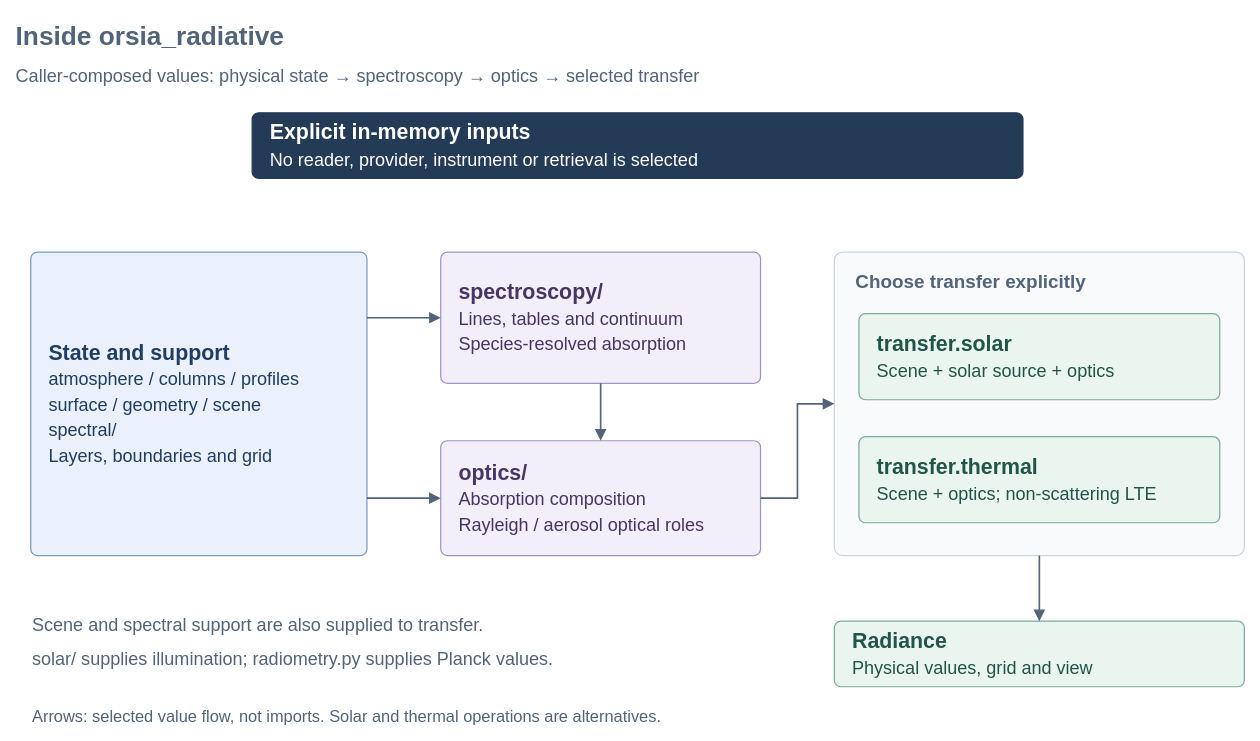
Before: libs/orsia-radiative/docs/diagrams/architecture.drawio in scklab-dev/orsia, a draw.io diagram. Source tidied: cells renumbered, new cells numbered last; positions are measured from the earlier drawing's top-left corner, leaving out a move shared by most shapes. Both pictures are drawn from the tidied source at 82%, with x=0, y=0 at pixel (14, 14).
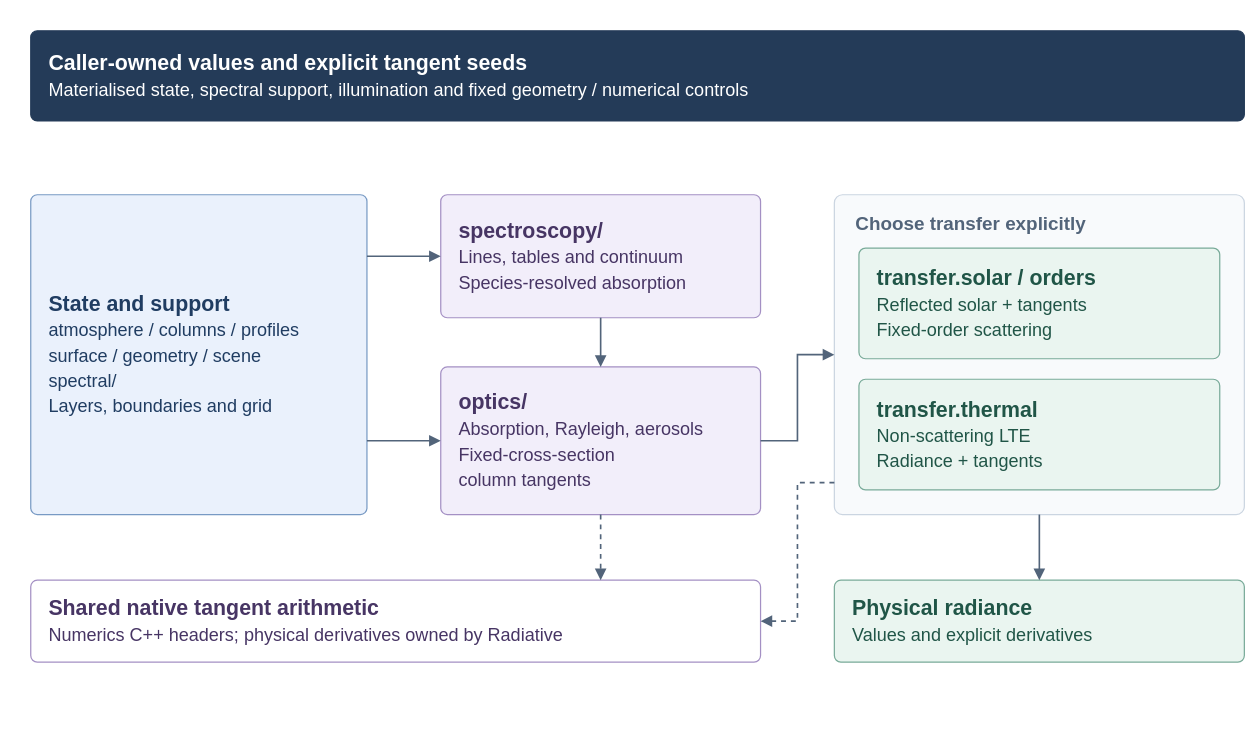
Above is the later version.

The edit, as a diff of the source:
```diff
@@
-    <mxCell id="2" value="Inside orsia_radiative" style="text;html=0;align=left;verticalAlign=middle;fontFamily=Helvetica;fontSize=32;fontStyle=1;fontColor=#52647A;fillColor=none;strokeColor=none;" parent="1" vertex="1">
-      <mxGeometry width="1500" height="45" as="geometry" />
-    </mxCell>
-    <mxCell id="3" value="Caller-composed values: physical state → spectroscopy → optics → selected transfer" style="text;html=0;align=left;verticalAlign=middle;fontFamily=Helvetica;fontSize=22;fontStyle=0;fontColor=#52647A;fillColor=none;strokeColor=none;" parent="1" vertex="1">
-      <mxGeometry y="55" width="1500" height="35" as="geometry" />
-    </mxCell>
-    <mxCell id="4" value="&lt;b&gt;Explicit in-memory inputs&lt;/b&gt;&lt;br&gt;&lt;span style=&quot;font-size:22px&quot;&gt;No reader, provider, instrument or retrieval is selected&lt;/span&gt;" style="rounded=1;absoluteArcSize=1;arcSize=16;whiteSpace=wrap;html=1;align=left;verticalAlign=middle;spacing=22;fontFamily=Helvetica;fontSize=26;fontColor=#FFFFFF;fillColor=#243B58;strokeColor=#243B58;strokeWidth=1.5;" parent="1" vertex="1">
-      <mxGeometry x="290" y="120" width="940" height="80" as="geometry" />
+    <mxCell id="4" value="&lt;b&gt;Caller-owned values and explicit tangent seeds&lt;/b&gt;&lt;br&gt;&lt;span style=&quot;font-size:22px&quot;&gt;Materialised state, spectral support, illumination and fixed geometry / numerical controls&lt;/span&gt;" style="rounded=1;absoluteArcSize=1;arcSize=16;whiteSpace=wrap;html=1;align=left;verticalAlign=middle;spacing=22;fontFamily=Helvetica;fontSize=26;fontColor=#FFFFFF;fillColor=#243B58;strokeColor=#243B58;strokeWidth=1.5;" parent="1" vertex="1">
+      <mxGeometry x="20" y="20" width="1480" height="110" as="geometry" />
     </mxCell>
     <mxCell id="5" value="&lt;b&gt;State and support&lt;/b&gt;&lt;br&gt;&lt;span style=&quot;font-size:22px&quot;&gt;atmosphere / columns / profiles&lt;br&gt;surface / geometry / scene&lt;br&gt;spectral/&lt;br&gt;Layers, boundaries and grid&lt;/span&gt;" style="rounded=1;absoluteArcSize=1;arcSize=16;whiteSpace=wrap;html=1;align=left;verticalAlign=middle;spacing=22;fontFamily=Helvetica;fontSize=26;fontColor=#203D62;fillColor=#EAF1FC;strokeColor=#789AC4;strokeWidth=1.5;" parent="1" vertex="1">
-      <mxGeometry x="20" y="290" width="410" height="370" as="geometry" />
+      <mxGeometry x="20" y="220" width="410" height="390" as="geometry" />
     </mxCell>
     <mxCell id="6" value="&lt;b&gt;spectroscopy/&lt;/b&gt;&lt;br&gt;&lt;span style=&quot;font-size:22px&quot;&gt;Lines, tables and continuum&lt;br&gt;Species-resolved absorption&lt;/span&gt;" style="rounded=1;absoluteArcSize=1;arcSize=16;whiteSpace=wrap;html=1;align=left;verticalAlign=middle;spacing=22;fontFamily=Helvetica;fontSize=26;fontColor=#473564;fillColor=#F2EEFA;strokeColor=#A490C4;strokeWidth=1.5;" parent="1" vertex="1">
-      <mxGeometry x="520" y="290" width="390" height="160" as="geometry" />
+      <mxGeometry x="520" y="220" width="390" height="150" as="geometry" />
     </mxCell>
-    <mxCell id="7" value="&lt;b&gt;optics/&lt;/b&gt;&lt;br&gt;&lt;span style=&quot;font-size:22px&quot;&gt;Absorption composition&lt;br&gt;Rayleigh / aerosol optical roles&lt;/span&gt;" style="rounded=1;absoluteArcSize=1;arcSize=16;whiteSpace=wrap;html=1;align=left;verticalAlign=middle;spacing=22;fontFamily=Helvetica;fontSize=26;fontColor=#473564;fillColor=#F2EEFA;strokeColor=#A490C4;strokeWidth=1.5;" parent="1" vertex="1">
-      <mxGeometry x="520" y="520" width="390" height="140" as="geometry" />
+    <mxCell id="7" value="&lt;b&gt;optics/&lt;/b&gt;&lt;br&gt;&lt;span style=&quot;font-size:22px&quot;&gt;Absorption, Rayleigh, aerosols&lt;br&gt;Fixed-cross-section&lt;br&gt;column tangents&lt;/span&gt;" style="rounded=1;absoluteArcSize=1;arcSize=16;whiteSpace=wrap;html=1;align=left;verticalAlign=middle;spacing=22;fontFamily=Helvetica;fontSize=26;fontColor=#473564;fillColor=#F2EEFA;strokeColor=#A490C4;strokeWidth=1.5;" parent="1" vertex="1">
+      <mxGeometry x="520" y="430" width="390" height="180" as="geometry" />
     </mxCell>
     <mxCell id="8" value="Choose transfer explicitly" style="rounded=1;absoluteArcSize=1;arcSize=20;whiteSpace=wrap;html=0;align=left;verticalAlign=top;spacingLeft=24;spacingTop=16;fontFamily=Helvetica;fontSize=23;fontStyle=1;fontColor=#52647A;fillColor=#F8FAFC;strokeColor=#CBD5E1;strokeWidth=1.5;" parent="1" vertex="1">
-      <mxGeometry x="1000" y="290" width="500" height="370" as="geometry" />
+      <mxGeometry x="1000" y="220" width="500" height="390" as="geometry" />
     </mxCell>
-    <mxCell id="9" value="&lt;b&gt;transfer.solar&lt;/b&gt;&lt;br&gt;&lt;span style=&quot;font-size:22px&quot;&gt;Scene + solar source + optics&lt;/span&gt;" style="rounded=1;absoluteArcSize=1;arcSize=16;whiteSpace=wrap;html=1;align=left;verticalAlign=middle;spacing=22;fontFamily=Helvetica;fontSize=26;fontColor=#205547;fillColor=#EAF5F0;strokeColor=#79AB99;strokeWidth=1.5;" parent="8" vertex="1">
-      <mxGeometry x="30" y="75" width="440" height="105" as="geometry" />
+    <mxCell id="9" value="&lt;b&gt;transfer.solar / orders&lt;/b&gt;&lt;br&gt;&lt;span style=&quot;font-size:22px&quot;&gt;Reflected solar + tangents&lt;br&gt;Fixed-order scattering&lt;/span&gt;" style="rounded=1;absoluteArcSize=1;arcSize=16;whiteSpace=wrap;html=1;align=left;verticalAlign=middle;spacing=22;fontFamily=Helvetica;fontSize=26;fontColor=#205547;fillColor=#EAF5F0;strokeColor=#79AB99;strokeWidth=1.5;" parent="8" vertex="1">
+      <mxGeometry x="30" y="65" width="440" height="135" as="geometry" />
     </mxCell>
-    <mxCell id="10" value="&lt;b&gt;transfer.thermal&lt;/b&gt;&lt;br&gt;&lt;span style=&quot;font-size:22px&quot;&gt;Scene + optics; non-scattering LTE&lt;/span&gt;" style="rounded=1;absoluteArcSize=1;arcSize=16;whiteSpace=wrap;html=1;align=left;verticalAlign=middle;spacing=22;fontFamily=Helvetica;fontSize=26;fontColor=#205547;fillColor=#EAF5F0;strokeColor=#79AB99;strokeWidth=1.5;" parent="8" vertex="1">
-      <mxGeometry x="30" y="225" width="440" height="105" as="geometry" />
+    <mxCell id="10" value="&lt;b&gt;transfer.thermal&lt;/b&gt;&lt;br&gt;&lt;span style=&quot;font-size:22px&quot;&gt;Non-scattering LTE&lt;br&gt;Radiance + tangents&lt;/span&gt;" style="rounded=1;absoluteArcSize=1;arcSize=16;whiteSpace=wrap;html=1;align=left;verticalAlign=middle;spacing=22;fontFamily=Helvetica;fontSize=26;fontColor=#205547;fillColor=#EAF5F0;strokeColor=#79AB99;strokeWidth=1.5;" parent="8" vertex="1">
+      <mxGeometry x="30" y="225" width="440" height="135" as="geometry" />
     </mxCell>
-    <mxCell id="11" value="&lt;b&gt;Radiance&lt;/b&gt;&lt;br&gt;&lt;span style=&quot;font-size:22px&quot;&gt;Physical values, grid and view&lt;/span&gt;" style="rounded=1;absoluteArcSize=1;arcSize=16;whiteSpace=wrap;html=1;align=left;verticalAlign=middle;spacing=22;fontFamily=Helvetica;fontSize=26;fontColor=#205547;fillColor=#EAF5F0;strokeColor=#79AB99;strokeWidth=1.5;" parent="1" vertex="1">
-      <mxGeometry x="1000" y="740" width="500" height="80" as="geometry" />
+    <mxCell id="11" value="&lt;b&gt;Physical radiance&lt;/b&gt;&lt;br&gt;&lt;span style=&quot;font-size:22px&quot;&gt;Values and explicit derivatives&lt;/span&gt;" style="rounded=1;absoluteArcSize=1;arcSize=16;whiteSpace=wrap;html=1;align=left;verticalAlign=middle;spacing=22;fontFamily=Helvetica;fontSize=26;fontColor=#205547;fillColor=#EAF5F0;strokeColor=#79AB99;strokeWidth=1.5;" parent="1" vertex="1">
+      <mxGeometry x="1000" y="690" width="500" height="100" as="geometry" />
     </mxCell>
-    <mxCell id="12" style="edgeStyle=orthogonalEdgeStyle;rounded=0;html=0;exitX=1;exitY=0.21621621621621623;entryX=0;entryY=0.5;endArrow=block;endFill=1;endSize=9;strokeWidth=2;strokeColor=#52647A;fontColor=#52647A;fillColor=none;dashed=0;" parent="1" edge="1" source="5" target="6">
+    <mxCell id="12" style="edgeStyle=orthogonalEdgeStyle;rounded=0;html=0;exitX=1;exitY=0.19230769230769232;entryX=0;entryY=0.5;endArrow=block;endFill=1;endSize=9;strokeWidth=2;strokeColor=#52647A;fontColor=#52647A;fillColor=none;dashed=0;" parent="1" edge="1" source="5" target="6">
       <mxGeometry relative="1" as="geometry" />
     </mxCell>
-    <mxCell id="13" style="edgeStyle=orthogonalEdgeStyle;rounded=0;html=0;exitX=1;exitY=0.8108108108108109;entryX=0;entryY=0.5;endArrow=block;endFill=1;endSize=9;strokeWidth=2;strokeColor=#52647A;fontColor=#52647A;fillColor=none;dashed=0;" parent="1" edge="1" source="5" target="7">
+    <mxCell id="13" style="edgeStyle=orthogonalEdgeStyle;rounded=0;html=0;exitX=1;exitY=0.7692307692307693;entryX=0;entryY=0.5;endArrow=block;endFill=1;endSize=9;strokeWidth=2;strokeColor=#52647A;fontColor=#52647A;fillColor=none;dashed=0;" parent="1" edge="1" source="5" target="7">
       <mxGeometry relative="1" as="geometry" />
     </mxCell>
@@
     <mxCell id="15" style="edgeStyle=orthogonalEdgeStyle;rounded=0;html=0;exitX=1;exitY=0.5;entryX=0;entryY=0.5;endArrow=block;endFill=1;endSize=9;strokeWidth=2;strokeColor=#52647A;fontColor=#52647A;fillColor=none;dashed=0;" parent="1" edge="1" source="7" target="8">
       <mxGeometry relative="1" as="geometry">
         <Array as="points">
-          <mxPoint x="955" y="590" />
-          <mxPoint x="955" y="475" />
+          <mxPoint x="955" y="520" />
+          <mxPoint x="955" y="415" />
         </Array>
       </mxGeometry>
     </mxCell>
@@
-    <mxCell id="17" value="Scene and spectral support are also supplied to transfer." style="text;html=0;align=left;verticalAlign=middle;fontFamily=Helvetica;fontSize=22;fontStyle=0;fontColor=#52647A;fillColor=none;strokeColor=none;" parent="1" vertex="1">
-      <mxGeometry x="20" y="725" width="920" height="35" as="geometry" />
-    </mxCell>
-    <mxCell id="18" value="solar/ supplies illumination; radiometry.py supplies Planck values." style="text;html=0;align=left;verticalAlign=middle;fontFamily=Helvetica;fontSize=22;fontStyle=0;fontColor=#52647A;fillColor=none;strokeColor=none;" parent="1" vertex="1">
-      <mxGeometry x="20" y="767" width="930" height="35" as="geometry" />
-    </mxCell>
-    <mxCell id="19" value="Arrows: selected value flow, not imports. Solar and thermal operations are alternatives." style="text;html=0;align=left;verticalAlign=middle;fontFamily=Helvetica;fontSize=20;fontStyle=0;fontColor=#52647A;fillColor=none;strokeColor=none;" parent="1" vertex="1">
-      <mxGeometry x="20" y="840" width="1470" height="30" as="geometry" />
-    </mxCell>
+    <mxCell id="20" value="&lt;b&gt;Shared native tangent arithmetic&lt;/b&gt;&lt;br&gt;&lt;span style=&quot;font-size:22px&quot;&gt;Numerics C++ headers; physical derivatives owned by Radiative&lt;/span&gt;" style="rounded=1;absoluteArcSize=1;arcSize=16;whiteSpace=wrap;html=1;align=left;verticalAlign=middle;spacing=22;fontFamily=Helvetica;fontSize=26;fontColor=#473564;fillColor=#FFFFFF;strokeColor=#A490C4;strokeWidth=1.5;" parent="1" vertex="1">
+      <mxGeometry x="20" y="690" width="890" height="100" as="geometry" />
+    </mxCell>
+    <mxCell id="21" style="edgeStyle=orthogonalEdgeStyle;rounded=0;html=0;exitX=0.5;exitY=1;entryX=0.7808988764044944;entryY=0;endArrow=block;endFill=1;endSize=9;strokeWidth=2;strokeColor=#52647A;fontColor=#52647A;fillColor=none;dashed=1;" parent="1" edge="1" source="7" target="20">
+      <mxGeometry relative="1" as="geometry" />
+    </mxCell>
+    <mxCell id="22" style="edgeStyle=orthogonalEdgeStyle;rounded=0;html=0;exitX=0;exitY=0.9;entryX=1;entryY=0.5;endArrow=block;endFill=1;endSize=9;strokeWidth=2;strokeColor=#52647A;fontColor=#52647A;fillColor=none;dashed=1;" parent="1" edge="1" source="8" target="20">
+      <mxGeometry relative="1" as="geometry">
+        <Array as="points">
+          <mxPoint x="955" y="571" />
+          <mxPoint x="955" y="740" />
+        </Array>
+      </mxGeometry>
+    </mxCell>
```
